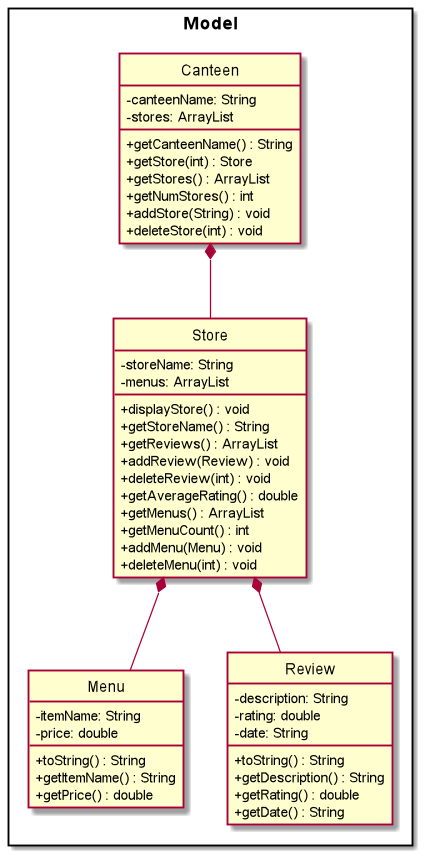
Earlier version of the PlantUML export docs/img/ModelClassDiagram.png (nus-cs2113-AY2021S2/tp). The source it was exported from:
```plantuml
@startuml

hide circle
skinparam classAttributeIconSize 0

package Model <<Rectangle>> {
  class Canteen
  class Store
  class Menu
  class Review
}

class "Canteen" {
  - canteenName: String
  - stores: ArrayList

  + getCanteenName() : String
  + getStore(int) : Store
  + getStores() : ArrayList
  + getNumStores() : int
  + addStore(String) : void
  + deleteStore(int) : void
}

class "Store" {
  - storeName: String
  - menus: ArrayList

  + displayStore() : void
  + getStoreName() : String
  + getReviews() : ArrayList
  + addReview(Review) : void
  + deleteReview(int) : void
  + getAverageRating() : double
  + getMenus() : ArrayList
  + getMenuCount() : int
  + addMenu(Menu) : void
  + deleteMenu(int) : void
}

class "Menu" {
  - itemName: String
  - price: double

  + toString() : String
  + getItemName() : String
  + getPrice() : double
}

class "Review" {
  - description: String
  - rating: double
  - date: String
  + toString() : String
  + getDescription() : String
  + getRating() : double
  + getDate() : String
}

Canteen *-- Store
Store *-- Menu
Store *-- Review

@enduml
```
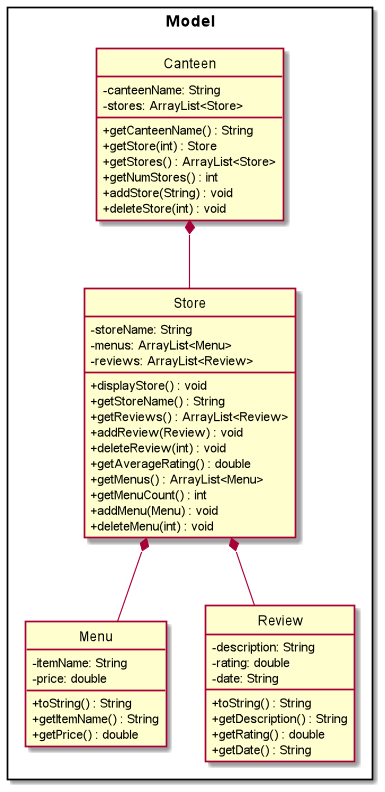
Later version of the same file.

Change to the diagram source:
```diff
@@ -12,11 +12,11 @@
 
 class "Canteen" {
   - canteenName: String
-  - stores: ArrayList
+  - stores: ArrayList<Store>
 
   + getCanteenName() : String
   + getStore(int) : Store
-  + getStores() : ArrayList
+  + getStores() : ArrayList<Store>
   + getNumStores() : int
   + addStore(String) : void
   + deleteStore(int) : void
@@ -24,15 +24,16 @@
 
 class "Store" {
   - storeName: String
-  - menus: ArrayList
+  - menus: ArrayList<Menu>
+  - reviews: ArrayList<Review>
 
   + displayStore() : void
   + getStoreName() : String
-  + getReviews() : ArrayList
+  + getReviews() : ArrayList<Review>
   + addReview(Review) : void
   + deleteReview(int) : void
   + getAverageRating() : double
-  + getMenus() : ArrayList
+  + getMenus() : ArrayList<Menu>
   + getMenuCount() : int
   + addMenu(Menu) : void
   + deleteMenu(int) : void
```
